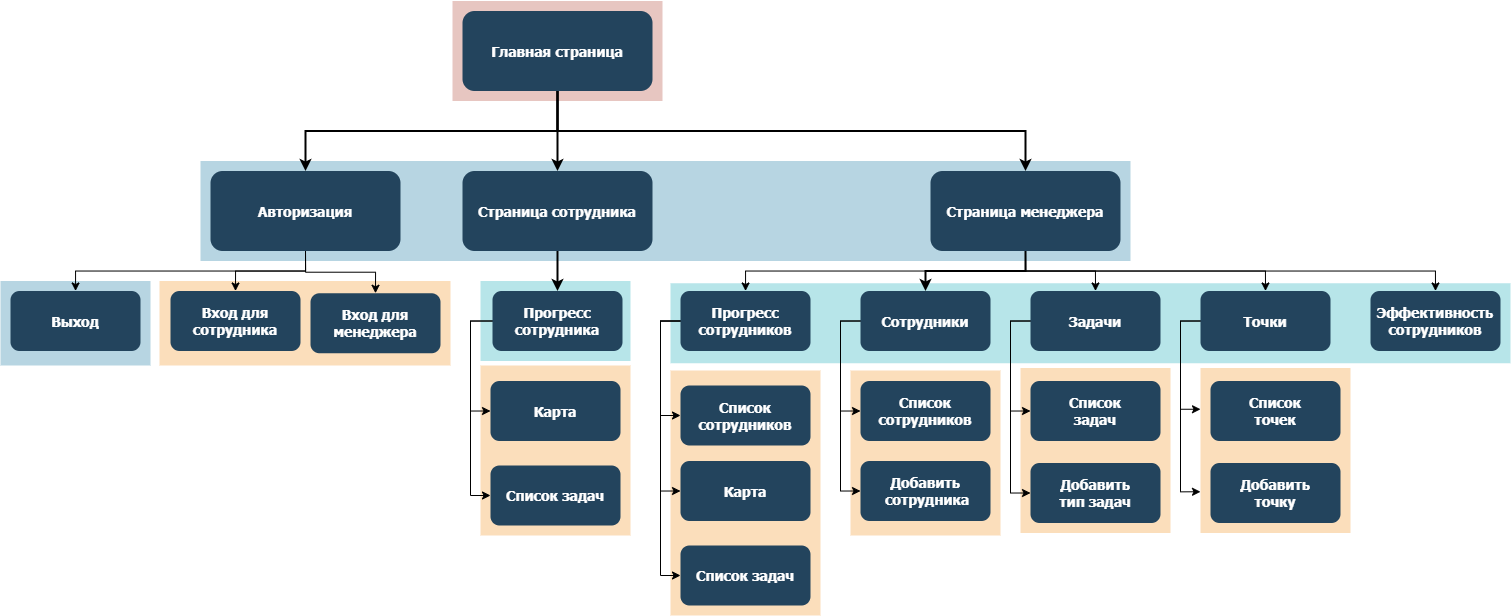
Above: itemap.drawio.png in DoroginRuslan/distribution-of-tasks (draw.io), before the change. Source tidied: cells renumbered, new cells last; positions are measured from the earlier drawing's top-left corner, leaving out a move shared by most shapes.
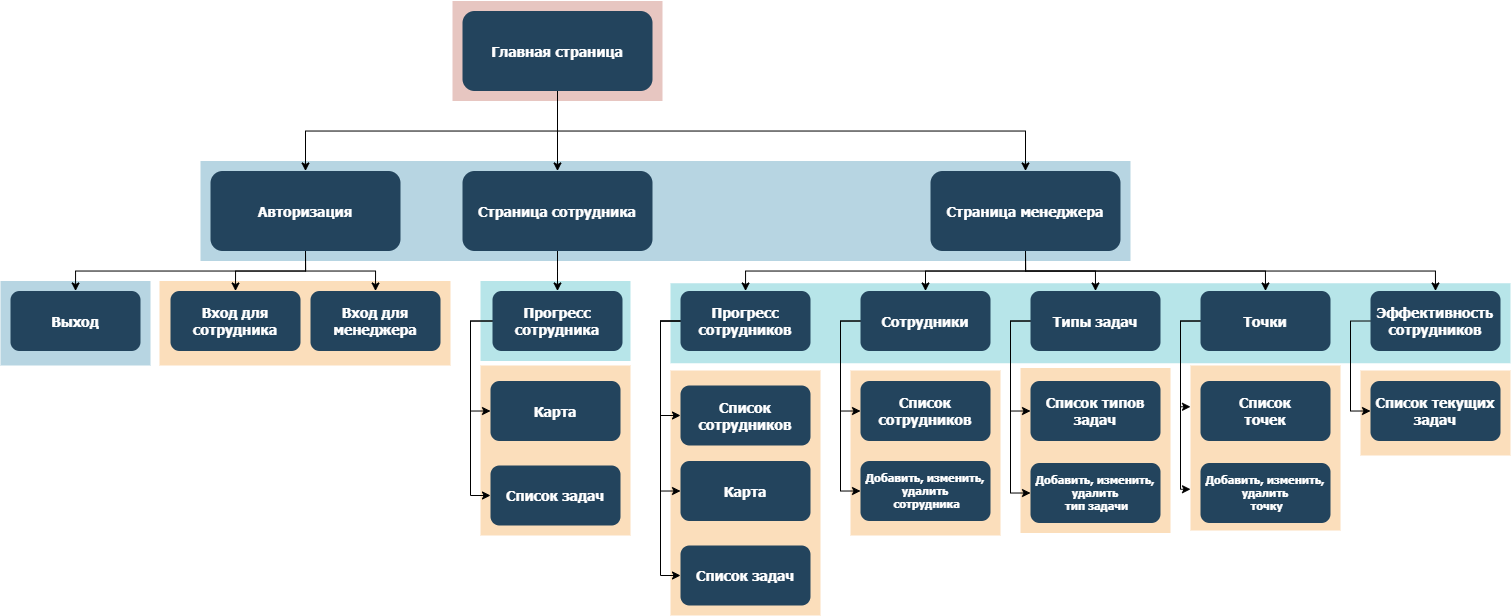
After the commit.

Diff of the diagram source:
```diff
@@ -2,6 +2,9 @@
   <root>
     <mxCell id="0" />
     <mxCell id="1" parent="0" />
+    <mxCell id="60" style="fillColor=#F2931E;strokeColor=none;opacity=30;" parent="1" vertex="1">
+      <mxGeometry x="1360" y="369" width="150" height="85" as="geometry" />
+    </mxCell>
     <mxCell id="2" style="fillColor=#F2931E;strokeColor=none;opacity=30;" parent="1" vertex="1">
       <mxGeometry x="1020" y="366.5" width="150" height="165" as="geometry" />
     </mxCell>
@@ -35,7 +38,7 @@
     <mxCell id="12" value="Главная страница" style="rounded=1;fillColor=#23445D;gradientColor=none;strokeColor=none;fontColor=#FFFFFF;fontStyle=1;fontFamily=Tahoma;fontSize=14;" parent="1" vertex="1">
       <mxGeometry x="462" y="9.5" width="190" height="80" as="geometry" />
     </mxCell>
-    <mxCell id="13" style="edgeStyle=elbowEdgeStyle;elbow=vertical;strokeWidth=2;rounded=0;entryX=0.5;entryY=0;entryDx=0;entryDy=0;" parent="1" edge="1" source="12" target="18">
+    <mxCell id="13" style="edgeStyle=elbowEdgeStyle;elbow=vertical;strokeWidth=1;rounded=0;entryX=0.5;entryY=0;entryDx=0;entryDy=0;" parent="1" edge="1" source="12" target="18">
       <mxGeometry x="337" y="215.5" as="geometry" />
     </mxCell>
     <mxCell id="14" style="edgeStyle=orthogonalEdgeStyle;rounded=0;jettySize=auto;html=1;exitX=0.5;exitY=1;exitDx=0;exitDy=0;" parent="1" edge="1" source="18" target="39">
@@ -59,12 +62,12 @@
     <mxCell id="20" style="edgeStyle=orthogonalEdgeStyle;rounded=0;jettySize=auto;html=1;exitX=0.5;exitY=1;exitDx=0;exitDy=0;entryX=0.5;entryY=0;entryDx=0;entryDy=0;" parent="1" edge="1" source="23" target="25">
       <mxGeometry relative="1" as="geometry" />
     </mxCell>
+    <mxCell id="22" style="edgeStyle=orthogonalEdgeStyle;rounded=0;jettySize=auto;html=1;exitX=0.5;exitY=1;exitDx=0;exitDy=0;entryX=0.5;entryY=0;entryDx=0;entryDy=0;" parent="1" edge="1" source="23" target="24">
+      <mxGeometry relative="1" as="geometry" />
+    </mxCell>
     <mxCell id="21" style="edgeStyle=orthogonalEdgeStyle;rounded=0;jettySize=auto;html=1;exitX=0.5;exitY=1;exitDx=0;exitDy=0;" parent="1" edge="1" source="23" target="33">
       <mxGeometry relative="1" as="geometry" />
     </mxCell>
-    <mxCell id="22" style="edgeStyle=orthogonalEdgeStyle;rounded=0;jettySize=auto;html=1;exitX=0.5;exitY=1;exitDx=0;exitDy=0;entryX=0.5;entryY=0;entryDx=0;entryDy=0;" parent="1" edge="1" source="23" target="24">
-      <mxGeometry relative="1" as="geometry" />
-    </mxCell>
     <mxCell id="23" value="Авторизация" style="rounded=1;fillColor=#23445D;gradientColor=none;strokeColor=none;fontColor=#FFFFFF;fontStyle=1;fontFamily=Tahoma;fontSize=14;" parent="1" vertex="1">
       <mxGeometry x="210" y="169.5" width="190" height="80" as="geometry" />
     </mxCell>
@@ -72,7 +75,7 @@
       <mxGeometry x="170" y="289.5" width="130" height="60" as="geometry" />
     </mxCell>
     <mxCell id="25" value="Вход для &#10;менеджера" style="rounded=1;fillColor=#23445D;gradientColor=none;strokeColor=none;fontColor=#FFFFFF;fontStyle=1;fontFamily=Tahoma;fontSize=14;" parent="1" vertex="1">
-      <mxGeometry x="310" y="291.8" width="130" height="60" as="geometry" />
+      <mxGeometry x="310" y="289.5" width="130" height="60" as="geometry" />
     </mxCell>
     <mxCell id="26" style="edgeStyle=orthogonalEdgeStyle;rounded=0;jettySize=auto;html=1;exitX=0;exitY=0.5;exitDx=0;exitDy=0;entryX=0;entryY=0.5;entryDx=0;entryDy=0;" parent="1" edge="1" source="28" target="34">
       <mxGeometry relative="1" as="geometry" />
@@ -83,16 +86,16 @@
     <mxCell id="28" value="Прогресс &#10;сотрудника" style="rounded=1;fillColor=#23445D;gradientColor=none;strokeColor=none;fontColor=#FFFFFF;fontStyle=1;fontFamily=Tahoma;fontSize=14;" parent="1" vertex="1">
       <mxGeometry x="492" y="289.5" width="130" height="60" as="geometry" />
     </mxCell>
-    <mxCell id="29" style="edgeStyle=elbowEdgeStyle;elbow=vertical;strokeWidth=2;rounded=0;" parent="1" edge="1" source="12" target="19">
+    <mxCell id="29" style="edgeStyle=elbowEdgeStyle;elbow=vertical;strokeWidth=1;rounded=0;" parent="1" edge="1" source="12" target="19">
       <mxGeometry x="347" y="225.5" as="geometry" />
     </mxCell>
-    <mxCell id="30" style="edgeStyle=elbowEdgeStyle;elbow=vertical;strokeWidth=2;rounded=0;" parent="1" edge="1" source="12" target="23">
+    <mxCell id="30" style="edgeStyle=elbowEdgeStyle;elbow=vertical;strokeWidth=1;rounded=0;" parent="1" edge="1" source="12" target="23">
       <mxGeometry x="-23" y="135.5" as="geometry" />
     </mxCell>
-    <mxCell id="31" style="edgeStyle=elbowEdgeStyle;elbow=vertical;strokeWidth=2;rounded=0;" parent="1" edge="1" source="19" target="28">
+    <mxCell id="31" style="edgeStyle=elbowEdgeStyle;elbow=vertical;strokeWidth=1;rounded=0;" parent="1" edge="1" source="19" target="28">
       <mxGeometry x="-23" y="135.5" as="geometry" />
     </mxCell>
-    <mxCell id="32" style="edgeStyle=elbowEdgeStyle;elbow=vertical;strokeWidth=2;rounded=0;entryX=0.5;entryY=0;entryDx=0;entryDy=0;" parent="1" edge="1" source="18" target="49">
+    <mxCell id="32" style="edgeStyle=elbowEdgeStyle;elbow=vertical;strokeWidth=1;rounded=0;entryX=0.5;entryY=0;entryDx=0;entryDy=0;" parent="1" edge="1" source="18" target="49">
       <mxGeometry x="-23" y="135.5" as="geometry" />
     </mxCell>
     <mxCell id="33" value="Выход" style="rounded=1;fillColor=#23445D;gradientColor=none;strokeColor=none;fontColor=#FFFFFF;fontStyle=1;fontFamily=Tahoma;fontSize=14;" parent="1" vertex="1">
@@ -116,6 +119,14 @@
     <mxCell id="39" value="Прогресс &#10;сотрудников" style="rounded=1;fillColor=#23445D;gradientColor=none;strokeColor=none;fontColor=#FFFFFF;fontStyle=1;fontFamily=Tahoma;fontSize=14;" parent="1" vertex="1">
       <mxGeometry x="680" y="289.5" width="130" height="60" as="geometry" />
     </mxCell>
+    <mxCell id="61" style="edgeStyle=orthogonalEdgeStyle;rounded=0;jettySize=auto;html=1;exitX=0;exitY=0.5;exitDx=0;exitDy=0;entryX=0;entryY=0.5;entryDx=0;entryDy=0;fontSize=11;" parent="1" edge="1" source="40" target="62">
+      <mxGeometry relative="1" as="geometry">
+        <Array as="points">
+          <mxPoint x="1350" y="320" />
+          <mxPoint x="1350" y="410" />
+        </Array>
+      </mxGeometry>
+    </mxCell>
     <mxCell id="40" value="Эффективность &#10;сотрудников" style="rounded=1;fillColor=#23445D;gradientColor=none;strokeColor=none;fontColor=#FFFFFF;fontStyle=1;fontFamily=Tahoma;fontSize=14;" parent="1" vertex="1">
       <mxGeometry x="1370" y="289.5" width="130" height="60" as="geometry" />
     </mxCell>
@@ -134,7 +145,7 @@
     <mxCell id="45" style="edgeStyle=orthogonalEdgeStyle;rounded=0;jettySize=auto;html=1;exitX=0;exitY=0.5;exitDx=0;exitDy=0;entryX=0;entryY=0.5;entryDx=0;entryDy=0;" parent="1" edge="1" source="46" target="56">
       <mxGeometry relative="1" as="geometry" />
     </mxCell>
-    <mxCell id="46" value="Задачи" style="rounded=1;fillColor=#23445D;gradientColor=none;strokeColor=none;fontColor=#FFFFFF;fontStyle=1;fontFamily=Tahoma;fontSize=14;" parent="1" vertex="1">
+    <mxCell id="46" value="Типы задач" style="rounded=1;fillColor=#23445D;gradientColor=none;strokeColor=none;fontColor=#FFFFFF;fontStyle=1;fontFamily=Tahoma;fontSize=14;" parent="1" vertex="1">
       <mxGeometry x="1030" y="289.5" width="130" height="60" as="geometry" />
     </mxCell>
     <mxCell id="47" style="edgeStyle=orthogonalEdgeStyle;rounded=0;jettySize=auto;html=1;exitX=0;exitY=0.5;exitDx=0;exitDy=0;entryX=0;entryY=0.5;entryDx=0;entryDy=0;" parent="1" edge="1" source="49" target="53">
@@ -158,23 +169,26 @@
     <mxCell id="53" value="Список &#10;сотрудников" style="rounded=1;fillColor=#23445D;gradientColor=none;strokeColor=none;fontColor=#FFFFFF;fontStyle=1;fontFamily=Tahoma;fontSize=14;" parent="1" vertex="1">
       <mxGeometry x="860" y="379.5" width="130" height="60" as="geometry" />
     </mxCell>
-    <mxCell id="54" value="Добавить&#10; сотрудника" style="rounded=1;fillColor=#23445D;gradientColor=none;strokeColor=none;fontColor=#FFFFFF;fontStyle=1;fontFamily=Tahoma;fontSize=14;" parent="1" vertex="1">
+    <mxCell id="54" value="Добавить, изменить,&#10;удалить&#10; сотрудника" style="rounded=1;fillColor=#23445D;gradientColor=none;strokeColor=none;fontColor=#FFFFFF;fontStyle=1;fontFamily=Tahoma;fontSize=11;" parent="1" vertex="1">
       <mxGeometry x="860" y="459.5" width="130" height="60" as="geometry" />
     </mxCell>
-    <mxCell id="55" value="Список &#10;задач" style="rounded=1;fillColor=#23445D;gradientColor=none;strokeColor=none;fontColor=#FFFFFF;fontStyle=1;fontFamily=Tahoma;fontSize=14;" parent="1" vertex="1">
+    <mxCell id="55" value="Список типов&#10;задач" style="rounded=1;fillColor=#23445D;gradientColor=none;strokeColor=none;fontColor=#FFFFFF;fontStyle=1;fontFamily=Tahoma;fontSize=14;" parent="1" vertex="1">
       <mxGeometry x="1030" y="379.5" width="130" height="60" as="geometry" />
     </mxCell>
-    <mxCell id="56" value="Добавить&#10;тип задач" style="rounded=1;fillColor=#23445D;gradientColor=none;strokeColor=none;fontColor=#FFFFFF;fontStyle=1;fontFamily=Tahoma;fontSize=14;" parent="1" vertex="1">
+    <mxCell id="56" value="Добавить, изменить,&#10;удалить&#10; тип задачи" style="rounded=1;fillColor=#23445D;gradientColor=none;strokeColor=none;fontColor=#FFFFFF;fontStyle=1;fontFamily=Tahoma;fontSize=11;" parent="1" vertex="1">
       <mxGeometry x="1030" y="461.5" width="130" height="60" as="geometry" />
     </mxCell>
     <mxCell id="57" style="fillColor=#F2931E;strokeColor=none;opacity=30;" parent="1" vertex="1">
-      <mxGeometry x="1200" y="366.5" width="150" height="165" as="geometry" />
+      <mxGeometry x="1190" y="364" width="150" height="165" as="geometry" />
     </mxCell>
     <mxCell id="58" value="Список &#10;точек" style="rounded=1;fillColor=#23445D;gradientColor=none;strokeColor=none;fontColor=#FFFFFF;fontStyle=1;fontFamily=Tahoma;fontSize=14;" parent="1" vertex="1">
-      <mxGeometry x="1210" y="379.5" width="130" height="60" as="geometry" />
+      <mxGeometry x="1200" y="379.5" width="130" height="60" as="geometry" />
     </mxCell>
-    <mxCell id="59" value="Добавить&#10;точку" style="rounded=1;fillColor=#23445D;gradientColor=none;strokeColor=none;fontColor=#FFFFFF;fontStyle=1;fontFamily=Tahoma;fontSize=14;" parent="1" vertex="1">
-      <mxGeometry x="1210" y="461.5" width="130" height="60" as="geometry" />
+    <mxCell id="59" value="Добавить, изменить,&#10;удалить&#10; точку" style="rounded=1;fillColor=#23445D;gradientColor=none;strokeColor=none;fontColor=#FFFFFF;fontStyle=1;fontFamily=Tahoma;fontSize=11;" parent="1" vertex="1">
+      <mxGeometry x="1200" y="461.5" width="130" height="60" as="geometry" />
     </mxCell>
+    <mxCell id="62" value="Список текущих&#10;задач" style="rounded=1;fillColor=#23445D;gradientColor=none;strokeColor=none;fontColor=#FFFFFF;fontStyle=1;fontFamily=Tahoma;fontSize=14;" parent="1" vertex="1">
+      <mxGeometry x="1370" y="379.5" width="130" height="60" as="geometry" />
+    </mxCell>
   </root>
 </mxGraphModel>
```
